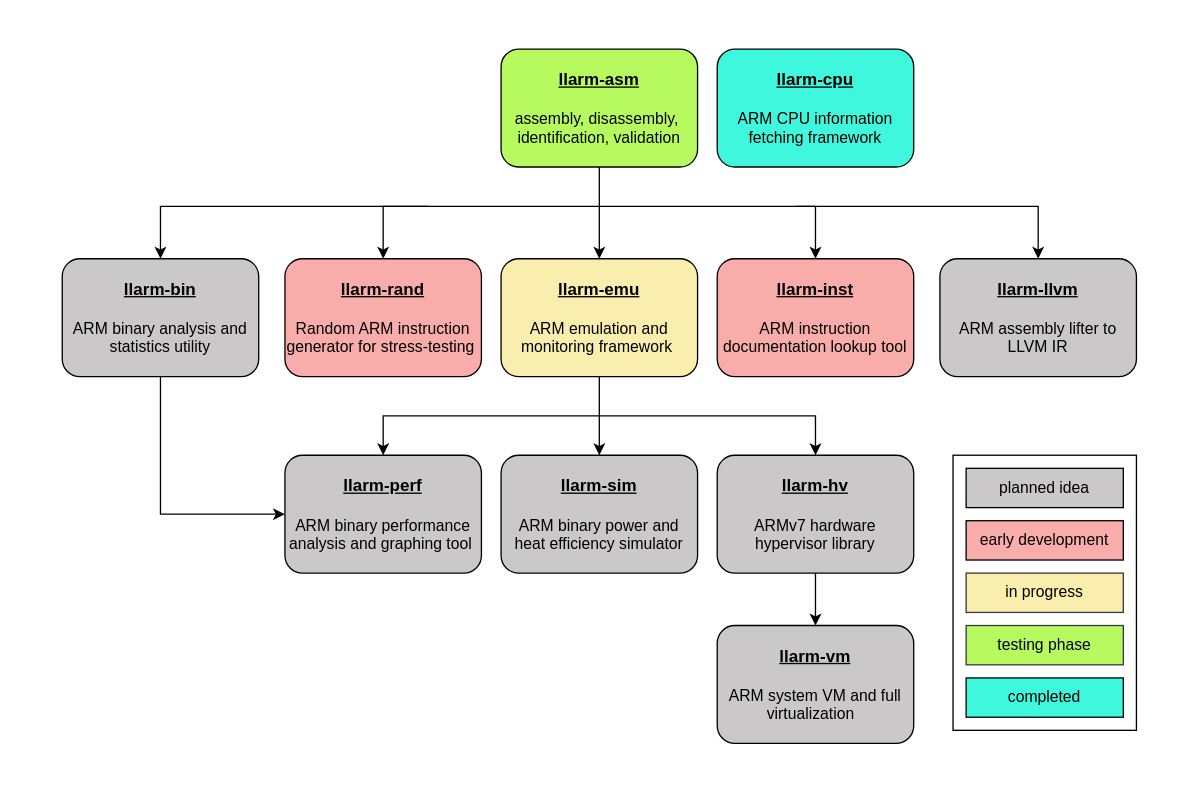
Earlier version of the draw.io diagram assets/roadmap/llarm_roadmap.drawio (kernelwernel/llarm). Source tidied: cells renumbered, new cells numbered last; positions are measured from the earlier drawing's top-left corner, leaving out a move shared by most shapes. Both pictures are drawn from the tidied source at 131%, with x=0, y=0 at pixel (22, 22).
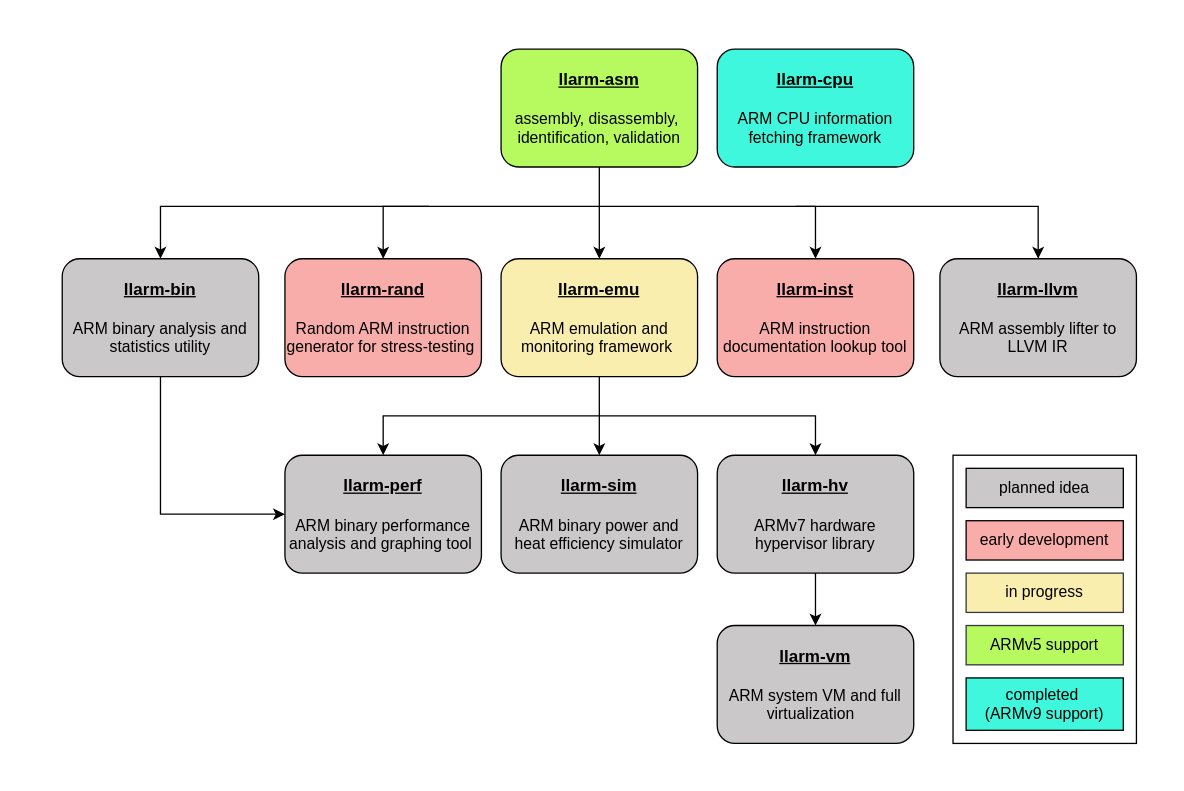
After the change.

Change to the diagram source:
```diff
@@
     <mxCell id="3" style="rounded=0;whiteSpace=wrap;html=1;" parent="1" vertex="1">
-      <mxGeometry x="710" y="330" width="140" height="210" as="geometry" />
+      <mxGeometry x="710" y="330" width="140" height="220" as="geometry" />
     </mxCell>
-    <mxCell id="4" value="testing phase" style="rounded=0;whiteSpace=wrap;html=1;fillColor=#B7FA60;strokeColor=#36393d;" parent="1" vertex="1">
+    <mxCell id="4" value="ARMv5 support" style="rounded=0;whiteSpace=wrap;html=1;fillColor=#B7FA60;strokeColor=#36393d;" parent="1" vertex="1">
       <mxGeometry x="720" y="460" width="120" height="30" as="geometry" />
     </mxCell>
-    <mxCell id="5" value="completed" style="rounded=0;whiteSpace=wrap;html=1;fillColor=#3FF7DC;strokeColor=#000000;" parent="1" vertex="1">
-      <mxGeometry x="720" y="500" width="120" height="30" as="geometry" />
+    <mxCell id="5" value="&lt;div&gt;completed&amp;nbsp;&lt;/div&gt;&lt;div&gt;(ARMv9 support)&lt;/div&gt;" style="rounded=0;whiteSpace=wrap;html=1;fillColor=#3FF7DC;strokeColor=#000000;" parent="1" vertex="1">
+      <mxGeometry x="720" y="500" width="120" height="40" as="geometry" />
     </mxCell>
```
